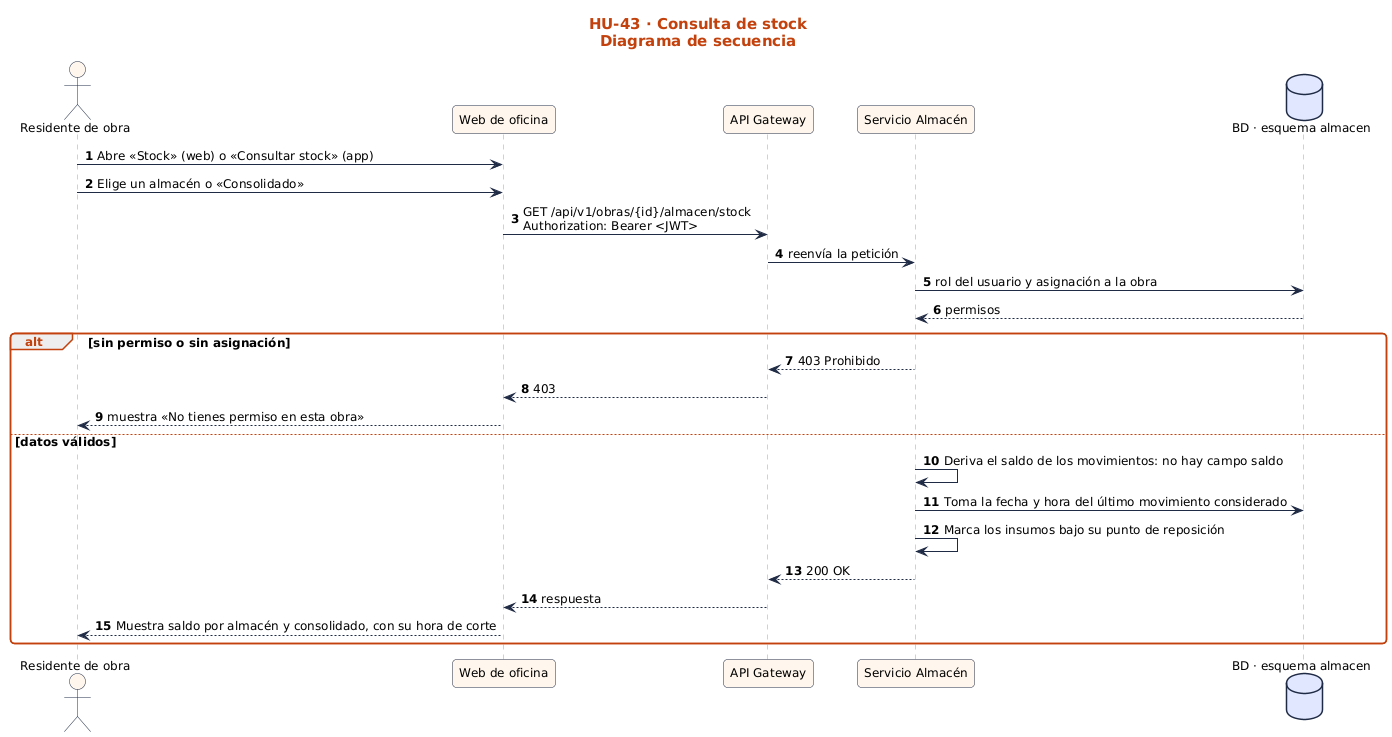
The PlantUML diagram docs/sprint-2/diagramas-hu/hu-43-consulta-de-stock/secuencia.png in nandoestebanif/sevens-sigro, before a commit.
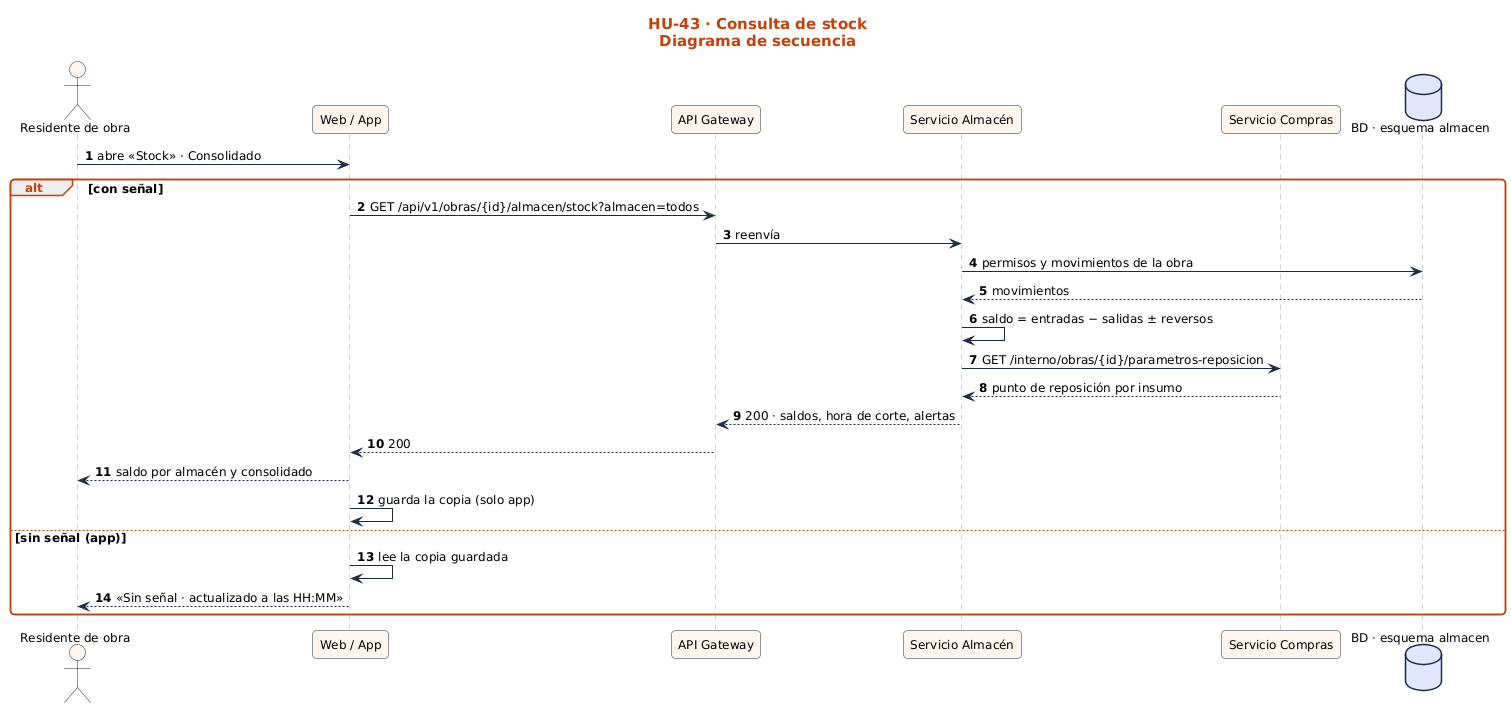
The same file after the commit.

What changed in the source:
```diff
@@ -3,26 +3,26 @@
 title HU-43 · Consulta de stock\nDiagrama de secuencia
 autonumber
 actor "Residente de obra" as U
-participant "Web de oficina" as UI
+participant "Web / App" as UI
 participant "API Gateway" as GW
-participant "Servicio Almacén" as S
+participant "Servicio Almacén" as SA
+participant "Servicio Compras" as SC
 database "BD · esquema almacen" as BD
-U -> UI : Abre «Stock» (web) o «Consultar stock» (app)
-U -> UI : Elige un almacén o «Consolidado»
-UI -> GW : GET /api/v1/obras/{id}/almacen/stock\nAuthorization: Bearer <JWT>
-GW -> S : reenvía la petición
-S -> BD : rol del usuario y asignación a la obra
-BD --> S : permisos
-alt sin permiso o sin asignación
-  S --> GW : 403 Prohibido
-  GW --> UI : 403
-  UI --> U : muestra «No tienes permiso en esta obra»
-else datos válidos
-  S -> S : Deriva el saldo de los movimientos: no hay campo saldo
-  S -> BD : Toma la fecha y hora del último movimiento considerado
-  S -> S : Marca los insumos bajo su punto de reposición
-  S --> GW : 200 OK
-  GW --> UI : respuesta
-  UI --> U : Muestra saldo por almacén y consolidado, con su hora de corte
+U -> UI : abre «Stock» · Consolidado
+alt con señal
+  UI -> GW : GET /api/v1/obras/{id}/almacen/stock?almacen=todos
+  GW -> SA : reenvía
+  SA -> BD : permisos y movimientos de la obra
+  BD --> SA : movimientos
+  SA -> SA : saldo = entradas − salidas ± reversos
+  SA -> SC : GET /interno/obras/{id}/parametros-reposicion
+  SC --> SA : punto de reposición por insumo
+  SA --> GW : 200 · saldos, hora de corte, alertas
+  GW --> UI : 200
+  UI --> U : saldo por almacén y consolidado
+  UI -> UI : guarda la copia (solo app)
+else sin señal (app)
+  UI -> UI : lee la copia guardada
+  UI --> U : «Sin señal · actualizado a las HH:MM»
 end
 @enduml
```
